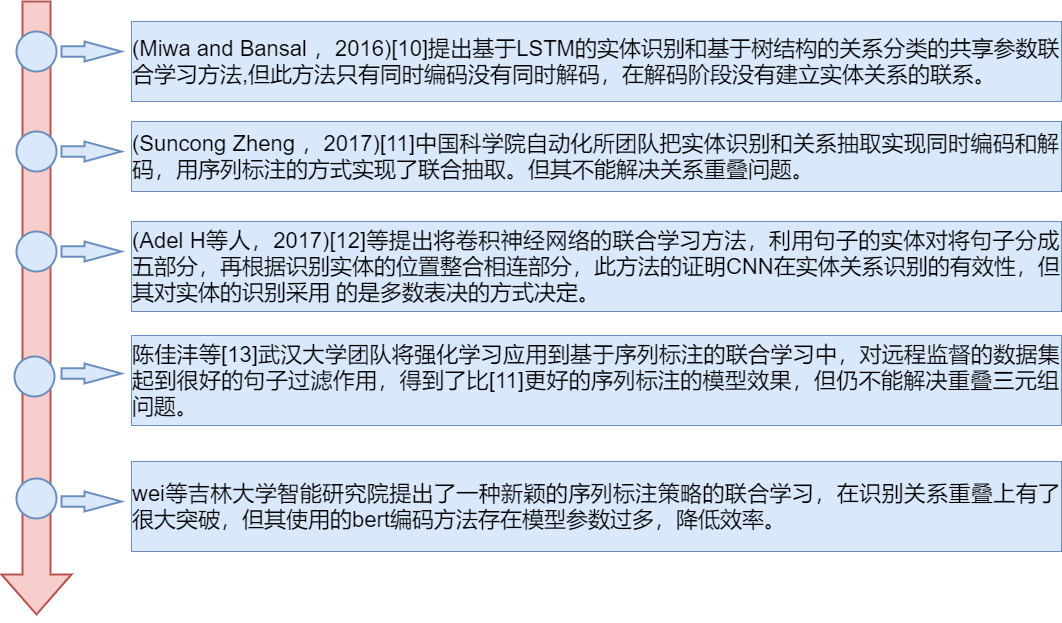
This is test2.png from bigbigkid/awesome-knowledge-graph, a draw.io export, as it was before one commit. Source tidied: cells renumbered, new cells last; positions are measured from the earlier drawing's top-left corner, leaving out a move shared by most shapes.
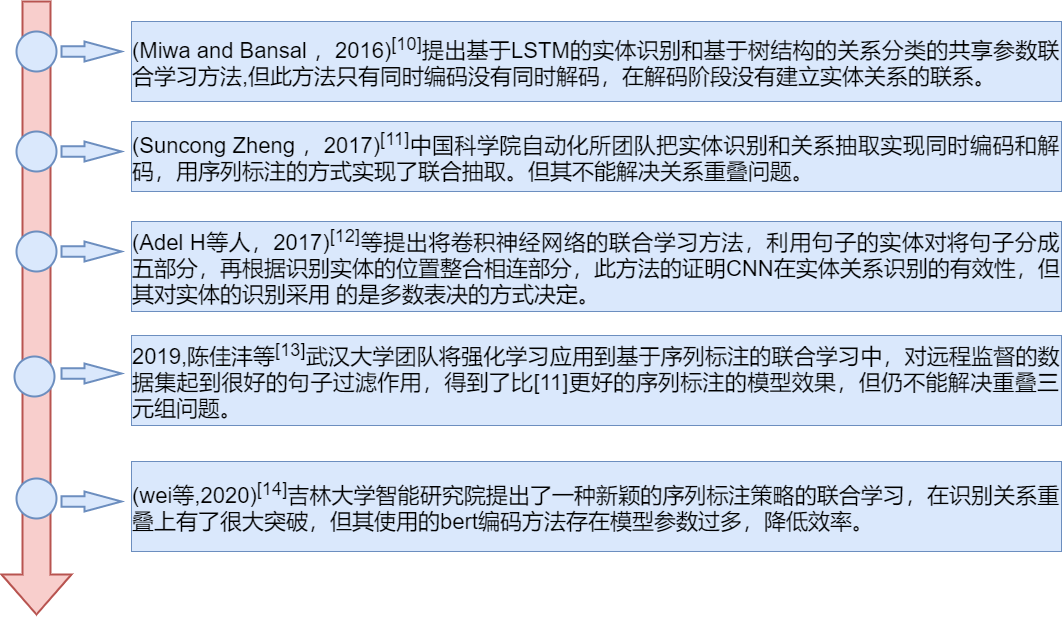
After the change.

Change to the diagram source:
```diff
@@ -17,7 +17,7 @@
     <mxCell id="6" style="verticalLabelPosition=bottom;verticalAlign=top;html=1;strokeWidth=2;shape=mxgraph.arrows2.arrow;dy=0.47;dx=37;notch=0;fillColor=#dae8fc;strokeColor=#6c8ebf;" parent="1" vertex="1">
       <mxGeometry x="60" y="140" width="60" height="20" as="geometry" />
     </mxCell>
-    <mxCell id="7" value="&lt;div style=&quot;text-align: justify&quot;&gt;&lt;span style=&quot;font-size: 22px&quot;&gt;(Suncong Zheng ，2017)[11]中国科学院自动化所团队把实体识别和关系抽取实现同时编码和解码，用序列标注的方式实现了联合抽取。但其不能解决关系重叠问题。&lt;/span&gt;&lt;br&gt;&lt;/div&gt;" style="whiteSpace=wrap;html=1;fillColor=#dae8fc;strokeColor=#6c8ebf;" parent="1" vertex="1">
+    <mxCell id="7" value="&lt;div style=&quot;text-align: justify&quot;&gt;&lt;span style=&quot;font-size: 22px&quot;&gt;(Suncong Zheng ，2017)&lt;sup&gt;[11]&lt;/sup&gt;中国科学院自动化所团队把实体识别和关系抽取实现同时编码和解码，用序列标注的方式实现了联合抽取。但其不能解决关系重叠问题。&lt;/span&gt;&lt;br&gt;&lt;/div&gt;" style="whiteSpace=wrap;html=1;fillColor=#dae8fc;strokeColor=#6c8ebf;" parent="1" vertex="1">
       <mxGeometry x="130" y="120" width="930" height="70" as="geometry" />
     </mxCell>
     <mxCell id="8" style="edgeStyle=orthogonalEdgeStyle;rounded=0;orthogonalLoop=1;jettySize=auto;html=1;exitX=1;exitY=0.5;exitDx=0;exitDy=0;exitPerimeter=0;" parent="1" edge="1" source="2" target="2">
@@ -26,7 +26,7 @@
     <mxCell id="9" style="verticalLabelPosition=bottom;verticalAlign=top;html=1;strokeWidth=2;shape=mxgraph.arrows2.arrow;dy=0.47;dx=37;notch=0;fillColor=#dae8fc;strokeColor=#6c8ebf;" parent="1" vertex="1">
       <mxGeometry x="60" y="240" width="60" height="20" as="geometry" />
     </mxCell>
-    <mxCell id="10" value="&lt;div style=&quot;text-align: justify&quot;&gt;&lt;div&gt;&lt;font style=&quot;font-size: 22px&quot;&gt;(Adel H等人，2017)[12]等提出将卷积神经网络的联合学习方法，利用句子的实体对将句子分成五部分，再根据识别实体的位置整合相连部分，此方法的证明CNN在实体关系识别的有效性，但其对实体的识别采用 的是多数表决的方式决定。&lt;/font&gt;&lt;/div&gt;&lt;/div&gt;" style="whiteSpace=wrap;html=1;fillColor=#dae8fc;strokeColor=#6c8ebf;" parent="1" vertex="1">
+    <mxCell id="10" value="&lt;div style=&quot;text-align: justify&quot;&gt;&lt;div&gt;&lt;font style=&quot;font-size: 22px&quot;&gt;(Adel H等人，2017)&lt;sup&gt;[12]&lt;/sup&gt;等提出将卷积神经网络的联合学习方法，利用句子的实体对将句子分成五部分，再根据识别实体的位置整合相连部分，此方法的证明CNN在实体关系识别的有效性，但其对实体的识别采用 的是多数表决的方式决定。&lt;/font&gt;&lt;/div&gt;&lt;/div&gt;" style="whiteSpace=wrap;html=1;fillColor=#dae8fc;strokeColor=#6c8ebf;" parent="1" vertex="1">
       <mxGeometry x="130" y="220" width="930" height="90" as="geometry" />
     </mxCell>
     <mxCell id="11" style="strokeWidth=2;html=1;shape=mxgraph.flowchart.start_2;whiteSpace=wrap;fillColor=#dae8fc;strokeColor=#6c8ebf;" parent="1" vertex="1">
@@ -35,7 +35,7 @@
     <mxCell id="12" style="verticalLabelPosition=bottom;verticalAlign=top;html=1;strokeWidth=2;shape=mxgraph.arrows2.arrow;dy=0.47;dx=37;notch=0;fillColor=#dae8fc;strokeColor=#6c8ebf;" parent="1" vertex="1">
       <mxGeometry x="60" y="40" width="60" height="20" as="geometry" />
     </mxCell>
-    <mxCell id="13" value="&lt;div style=&quot;text-align: justify ; font-size: 22px&quot;&gt;&lt;div&gt;(Miwa and Bansal ，2016)[10]提出基于LSTM的实体识别和基于树结构的关系分类的共享参数联合学习方法,但此方法只有同时编码没有同时解码，在解码阶段没有建立实体关系的联系。&lt;/div&gt;&lt;/div&gt;" style="whiteSpace=wrap;html=1;fillColor=#dae8fc;strokeColor=#6c8ebf;" parent="1" vertex="1">
+    <mxCell id="13" value="&lt;div style=&quot;text-align: justify ; font-size: 22px&quot;&gt;&lt;div&gt;(Miwa and Bansal ，2016)&lt;sup&gt;[10]&lt;/sup&gt;提出基于LSTM的实体识别和基于树结构的关系分类的共享参数联合学习方法,但此方法只有同时编码没有同时解码，在解码阶段没有建立实体关系的联系。&lt;/div&gt;&lt;/div&gt;" style="whiteSpace=wrap;html=1;fillColor=#dae8fc;strokeColor=#6c8ebf;" parent="1" vertex="1">
       <mxGeometry x="130" y="20" width="930" height="80" as="geometry" />
     </mxCell>
     <mxCell id="14" style="edgeStyle=orthogonalEdgeStyle;rounded=0;orthogonalLoop=1;jettySize=auto;html=1;exitX=1;exitY=0.5;exitDx=0;exitDy=0;exitPerimeter=0;" parent="1" edge="1" source="2" target="2">
@@ -53,10 +53,10 @@
     <mxCell id="18" style="verticalLabelPosition=bottom;verticalAlign=top;html=1;strokeWidth=2;shape=mxgraph.arrows2.arrow;dy=0.47;dx=37;notch=0;fillColor=#dae8fc;strokeColor=#6c8ebf;" parent="1" vertex="1">
       <mxGeometry x="60" y="490" width="60" height="20" as="geometry" />
     </mxCell>
-    <mxCell id="19" value="&lt;div style=&quot;text-align: justify&quot;&gt;&lt;div&gt;&lt;font style=&quot;font-size: 22px&quot;&gt;陈佳沣等[13]武汉大学团队将强化学习应用到基于序列标注的联合学习中，对远程监督的数据集起到很好的句子过滤作用，得到了比[11]更好的序列标注的模型效果，但仍不能解决重叠三元组问题。&lt;/font&gt;&lt;/div&gt;&lt;/div&gt;" style="whiteSpace=wrap;html=1;fillColor=#dae8fc;strokeColor=#6c8ebf;" parent="1" vertex="1">
+    <mxCell id="19" value="&lt;div style=&quot;text-align: justify&quot;&gt;&lt;div&gt;&lt;font style=&quot;font-size: 22px&quot;&gt;2019,陈佳沣等&lt;sup&gt;[13]&lt;/sup&gt;武汉大学团队将强化学习应用到基于序列标注的联合学习中，对远程监督的数据集起到很好的句子过滤作用，得到了比[11]更好的序列标注的模型效果，但仍不能解决重叠三元组问题。&lt;/font&gt;&lt;/div&gt;&lt;/div&gt;" style="whiteSpace=wrap;html=1;fillColor=#dae8fc;strokeColor=#6c8ebf;" parent="1" vertex="1">
       <mxGeometry x="130" y="334" width="930" height="90" as="geometry" />
     </mxCell>
-    <mxCell id="20" value="&lt;div style=&quot;text-align: justify&quot;&gt;&lt;div&gt;&lt;font style=&quot;font-size: 22px&quot;&gt;wei等吉林大学智能研究院提出了一种新颖的序列标注策略的联合学习，在识别关系重叠上有了很大突破，但其使用的bert编码方法存在模型参数过多，降低效率。&lt;/font&gt;&lt;/div&gt;&lt;/div&gt;" style="whiteSpace=wrap;html=1;fillColor=#dae8fc;strokeColor=#6c8ebf;" parent="1" vertex="1">
+    <mxCell id="20" value="&lt;div style=&quot;text-align: justify&quot;&gt;&lt;div&gt;&lt;font style=&quot;font-size: 22px&quot;&gt;(wei等,2020)&lt;sup&gt;[14]&lt;/sup&gt;吉林大学智能研究院提出了一种新颖的序列标注策略的联合学习，在识别关系重叠上有了很大突破，但其使用的bert编码方法存在模型参数过多，降低效率。&lt;/font&gt;&lt;/div&gt;&lt;/div&gt;" style="whiteSpace=wrap;html=1;fillColor=#dae8fc;strokeColor=#6c8ebf;" parent="1" vertex="1">
       <mxGeometry x="130" y="460" width="930" height="90" as="geometry" />
     </mxCell>
   </root>
```
